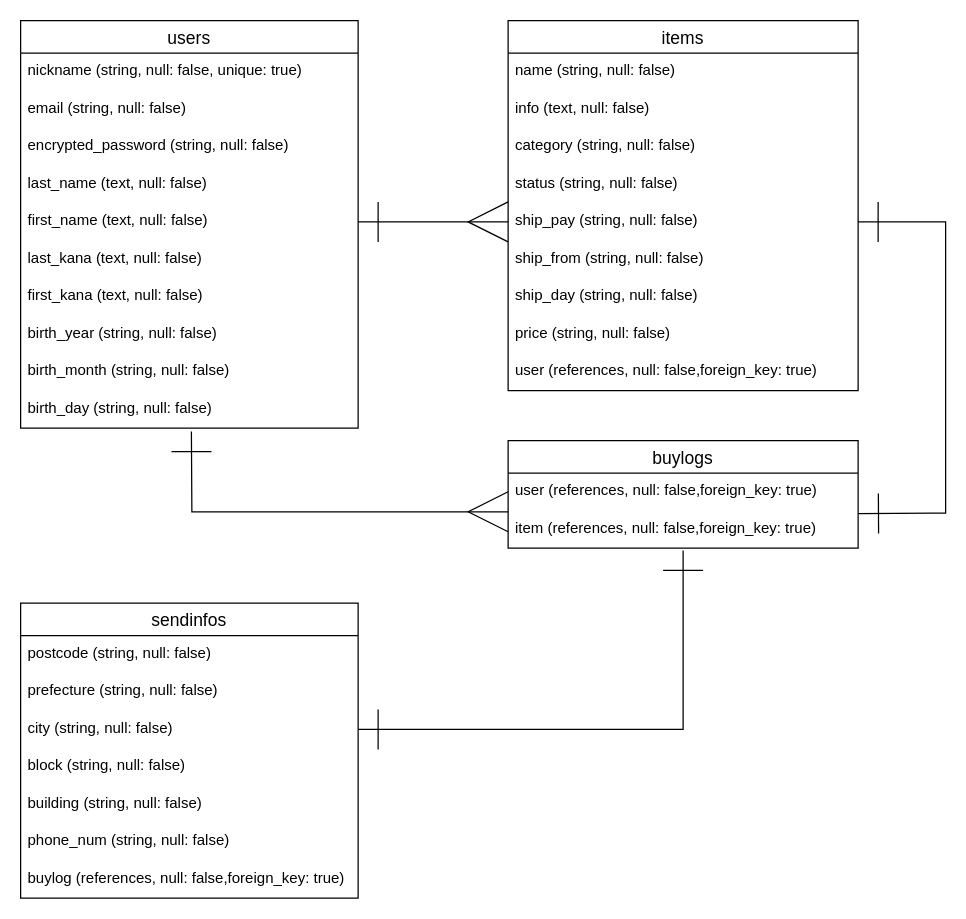
Harada-Yudai/furima-36833 keeps this draw.io diagram as ER.dio. Above is the earlier version. Source tidied: cells renumbered, new cells numbered last; positions are measured from the earlier drawing's top-left corner, leaving out a move shared by most shapes. Both pictures are drawn from the tidied source at 125%, with x=0, y=0 at pixel (20, 20).
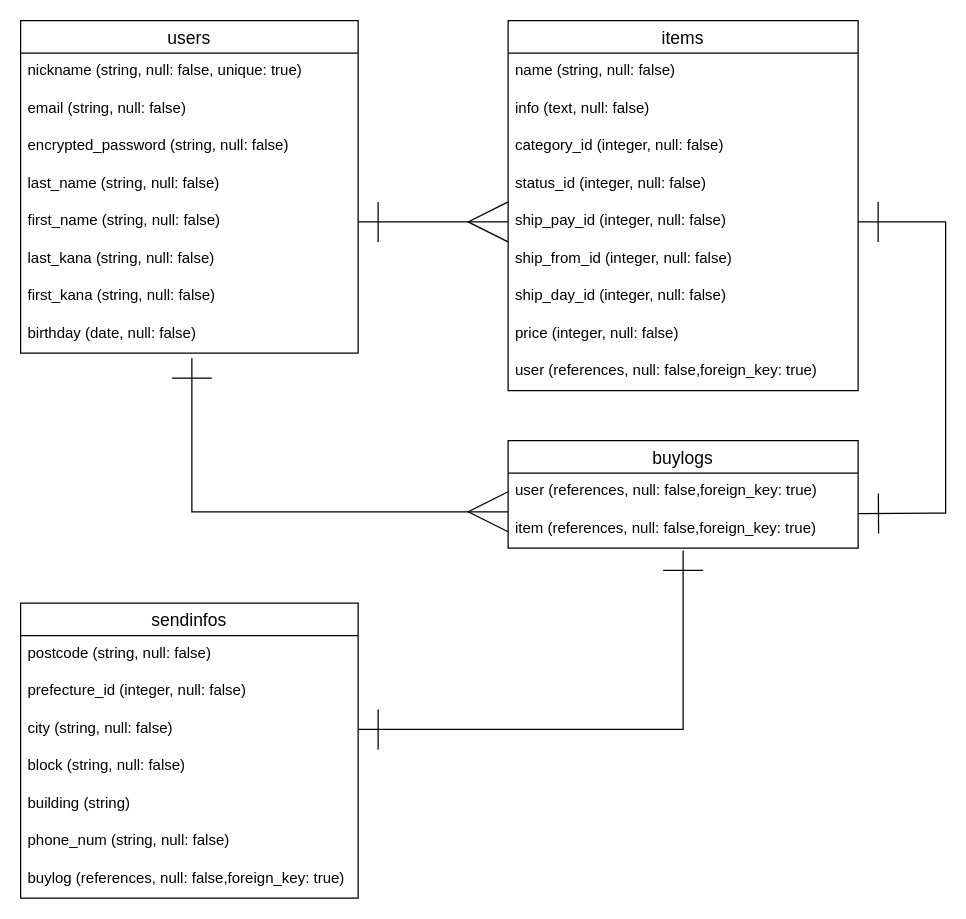
Above is the later version.

Commit message (it also covers changes not shown here):
レビューの修正

The change refers to these unchanged cells:
```xml
<mxCell id="13" value="sendinfos" style="swimlane;fontStyle=0;horizontal=1;startSize=26;align=center;fontSize=14;" parent="1" vertex="1">
  <mxGeometry y="466" width="270" height="236" as="geometry" />
</mxCell>
<mxCell id="23" value="item (references, null: false,foreign_key: true)" style="text;strokeColor=none;fillColor=none;spacingLeft=4;spacingRight=4;overflow=hidden;points=[[0,0.5],[1,0.5]];portConstraint=eastwest;fontSize=12;" parent="21" vertex="1">
  <mxGeometry y="56" width="280" height="30" as="geometry" />
</mxCell>
<mxCell id="24" value="items" style="swimlane;fontStyle=0;horizontal=1;startSize=26;align=center;fontSize=14;" parent="1" vertex="1">
  <mxGeometry x="390" width="280" height="296" as="geometry" />
</mxCell>
```

Diff of the diagram source:
```diff
@@
     <mxCell id="2" value="users" style="swimlane;fontStyle=0;horizontal=1;startSize=26;align=center;fontSize=14;" parent="1" vertex="1">
-      <mxGeometry width="270" height="326" as="geometry" />
+      <mxGeometry width="270" height="266" as="geometry" />
     </mxCell>
@@
-    <mxCell id="6" value="last_name (text, null: false)" style="text;strokeColor=none;fillColor=none;spacingLeft=4;spacingRight=4;overflow=hidden;fontSize=12;" parent="2" vertex="1">
+    <mxCell id="6" value="last_name (string, null: false)&#10;" style="text;strokeColor=none;fillColor=none;spacingLeft=4;spacingRight=4;overflow=hidden;fontSize=12;" parent="2" vertex="1">
       <mxGeometry y="116" width="270" height="30" as="geometry" />
     </mxCell>
-    <mxCell id="7" value="first_name (text, null: false)" style="text;strokeColor=none;fillColor=none;spacingLeft=4;spacingRight=4;overflow=hidden;points=[[0,0.5],[1,0.5]];portConstraint=eastwest;fontSize=12;" parent="2" vertex="1">
+    <mxCell id="7" value="first_name (string, null: false)" style="text;strokeColor=none;fillColor=none;spacingLeft=4;spacingRight=4;overflow=hidden;points=[[0,0.5],[1,0.5]];portConstraint=eastwest;fontSize=12;" parent="2" vertex="1">
       <mxGeometry y="146" width="270" height="30" as="geometry" />
     </mxCell>
-    <mxCell id="8" value="last_kana (text, null: false)" style="text;strokeColor=none;fillColor=none;spacingLeft=4;spacingRight=4;overflow=hidden;fontSize=12;" parent="2" vertex="1">
+    <mxCell id="8" value="last_kana (string, null: false)" style="text;strokeColor=none;fillColor=none;spacingLeft=4;spacingRight=4;overflow=hidden;fontSize=12;" parent="2" vertex="1">
       <mxGeometry y="176" width="270" height="30" as="geometry" />
     </mxCell>
-    <mxCell id="9" value="first_kana (text, null: false)" style="text;strokeColor=none;fillColor=none;spacingLeft=4;spacingRight=4;overflow=hidden;fontSize=12;" parent="2" vertex="1">
+    <mxCell id="9" value="first_kana (string, null: false)" style="text;strokeColor=none;fillColor=none;spacingLeft=4;spacingRight=4;overflow=hidden;fontSize=12;" parent="2" vertex="1">
       <mxGeometry y="206" width="270" height="30" as="geometry" />
     </mxCell>
-    <mxCell id="10" value="birth_year (string, null: false)" style="text;strokeColor=none;fillColor=none;spacingLeft=4;spacingRight=4;overflow=hidden;fontSize=12;" parent="2" vertex="1">
+    <mxCell id="10" value="birthday (date, null: false)" style="text;strokeColor=none;fillColor=none;spacingLeft=4;spacingRight=4;overflow=hidden;fontSize=12;" parent="2" vertex="1">
       <mxGeometry y="236" width="270" height="30" as="geometry" />
     </mxCell>
-    <mxCell id="11" value="birth_month (string, null: false)" style="text;strokeColor=none;fillColor=none;spacingLeft=4;spacingRight=4;overflow=hidden;fontSize=12;" parent="2" vertex="1">
-      <mxGeometry y="266" width="270" height="30" as="geometry" />
-    </mxCell>
-    <mxCell id="12" value="birth_day (string, null: false)" style="text;strokeColor=none;fillColor=none;spacingLeft=4;spacingRight=4;overflow=hidden;points=[[0,0.5],[1,0.5]];portConstraint=eastwest;fontSize=12;" parent="2" vertex="1">
-      <mxGeometry y="296" width="270" height="30" as="geometry" />
-    </mxCell>
@@
-    <mxCell id="15" value="prefecture (string, null: false)" style="text;strokeColor=none;fillColor=none;spacingLeft=4;spacingRight=4;overflow=hidden;fontSize=12;" parent="13" vertex="1">
+    <mxCell id="15" value="prefecture_id (integer, null: false)" style="text;strokeColor=none;fillColor=none;spacingLeft=4;spacingRight=4;overflow=hidden;fontSize=12;" parent="13" vertex="1">
       <mxGeometry y="56" width="270" height="30" as="geometry" />
     </mxCell>
@@
-    <mxCell id="18" value="building (string, null: false)" style="text;strokeColor=none;fillColor=none;spacingLeft=4;spacingRight=4;overflow=hidden;fontSize=12;" parent="13" vertex="1">
+    <mxCell id="18" value="building (string)" style="text;strokeColor=none;fillColor=none;spacingLeft=4;spacingRight=4;overflow=hidden;fontSize=12;" parent="13" vertex="1">
       <mxGeometry y="146" width="270" height="30" as="geometry" />
     </mxCell>
@@
-    <mxCell id="27" value="category (string, null: false)" style="text;strokeColor=none;fillColor=none;spacingLeft=4;spacingRight=4;overflow=hidden;fontSize=12;" parent="24" vertex="1">
+    <mxCell id="27" value="category_id (integer, null: false)" style="text;strokeColor=none;fillColor=none;spacingLeft=4;spacingRight=4;overflow=hidden;fontSize=12;" parent="24" vertex="1">
       <mxGeometry y="86" width="280" height="30" as="geometry" />
     </mxCell>
-    <mxCell id="28" value="status (string, null: false)" style="text;strokeColor=none;fillColor=none;spacingLeft=4;spacingRight=4;overflow=hidden;fontSize=12;" parent="24" vertex="1">
+    <mxCell id="28" value="status_id (integer, null: false)" style="text;strokeColor=none;fillColor=none;spacingLeft=4;spacingRight=4;overflow=hidden;fontSize=12;" parent="24" vertex="1">
       <mxGeometry y="116" width="280" height="30" as="geometry" />
     </mxCell>
-    <mxCell id="29" value="ship_pay (string, null: false)" style="text;strokeColor=none;fillColor=none;spacingLeft=4;spacingRight=4;overflow=hidden;points=[[0,0.5],[1,0.5]];portConstraint=eastwest;fontSize=12;" parent="24" vertex="1">
+    <mxCell id="29" value="ship_pay_id (integer, null: false)" style="text;strokeColor=none;fillColor=none;spacingLeft=4;spacingRight=4;overflow=hidden;points=[[0,0.5],[1,0.5]];portConstraint=eastwest;fontSize=12;" parent="24" vertex="1">
       <mxGeometry y="146" width="280" height="30" as="geometry" />
     </mxCell>
-    <mxCell id="30" value="ship_from (string, null: false)" style="text;strokeColor=none;fillColor=none;spacingLeft=4;spacingRight=4;overflow=hidden;fontSize=12;" parent="24" vertex="1">
+    <mxCell id="30" value="ship_from_id (integer, null: false)" style="text;strokeColor=none;fillColor=none;spacingLeft=4;spacingRight=4;overflow=hidden;fontSize=12;" parent="24" vertex="1">
       <mxGeometry y="176" width="280" height="30" as="geometry" />
     </mxCell>
-    <mxCell id="31" value="ship_day (string, null: false)" style="text;strokeColor=none;fillColor=none;spacingLeft=4;spacingRight=4;overflow=hidden;fontSize=12;" parent="24" vertex="1">
+    <mxCell id="31" value="ship_day_id (integer, null: false)" style="text;strokeColor=none;fillColor=none;spacingLeft=4;spacingRight=4;overflow=hidden;fontSize=12;" parent="24" vertex="1">
       <mxGeometry y="206" width="280" height="30" as="geometry" />
     </mxCell>
-    <mxCell id="32" value="price (string, null: false)" style="text;strokeColor=none;fillColor=none;spacingLeft=4;spacingRight=4;overflow=hidden;fontSize=12;" parent="24" vertex="1">
+    <mxCell id="32" value="price (integer, null: false)" style="text;strokeColor=none;fillColor=none;spacingLeft=4;spacingRight=4;overflow=hidden;fontSize=12;" parent="24" vertex="1">
       <mxGeometry y="236" width="280" height="30" as="geometry" />
     </mxCell>
@@
-    <mxCell id="35" style="endArrow=ERmany;html=1;rounded=0;entryX=0;entryY=0.031;entryDx=0;entryDy=0;entryPerimeter=0;endFill=0;startSize=30;startArrow=ERone;startFill=0;endSize=30;exitX=0.506;exitY=1.093;exitDx=0;exitDy=0;exitPerimeter=0;" parent="1" edge="1" source="12" target="23">
+    <mxCell id="35" style="endArrow=ERmany;html=1;rounded=0;entryX=0;entryY=0.031;entryDx=0;entryDy=0;entryPerimeter=0;endFill=0;startSize=30;startArrow=ERone;startFill=0;endSize=30;" parent="1" edge="1" target="23">
       <mxGeometry relative="1" as="geometry">
+        <mxPoint x="137" y="270" as="sourcePoint" />
         <Array as="points">
           <mxPoint x="137" y="393" />
           <mxPoint x="210" y="393" />
         </Array>
       </mxGeometry>
     </mxCell>
```
